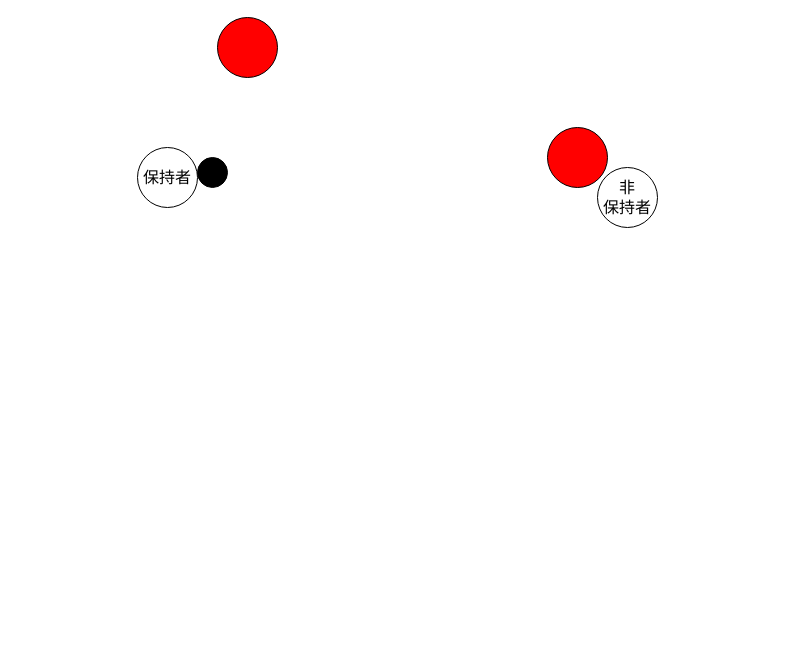
Earlier version of the draw.io diagram offense.drawio (SuperTikuwa/drawio). Source tidied: cells renumbered, new cells numbered last; positions are measured from the earlier drawing's top-left corner, leaving out a move shared by most shapes. Both pictures are drawn from the tidied source at 100%, with x=0, y=0 at pixel (137, 17).
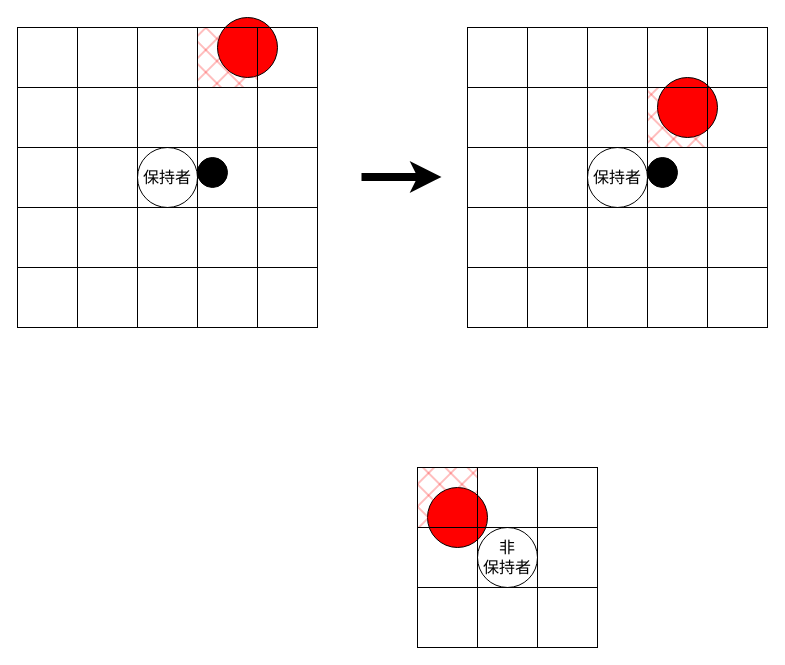
Above is the later version.

Commit message (it also covers changes not shown here):
offense.drawio を更新します

The edit, as a diff of the source:
```diff
@@
-    <mxCell id="3" value="&lt;font style=&quot;font-size: 16px;&quot;&gt;非&lt;br&gt;保持者&lt;/font&gt;" style="ellipse;whiteSpace=wrap;html=1;" parent="1" vertex="1">
-      <mxGeometry x="460" y="150" width="60" height="60" as="geometry" />
-    </mxCell>
-    <mxCell id="4" style="ellipse;whiteSpace=wrap;html=1;fillColor=#F00;" parent="1" vertex="1">
-      <mxGeometry x="410" y="110" width="60" height="60" as="geometry" />
-    </mxCell>
@@
+    <mxCell id="7" style="group;" parent="1" vertex="1">
+      <mxGeometry x="-120" y="10" width="300" height="300" as="geometry" />
+    </mxCell>
+    <mxCell id="8" style="rounded=0;whiteSpace=wrap;html=1;fillColor=none;" parent="7" vertex="1">
+      <mxGeometry x="120" y="60" width="60" height="60" as="geometry" />
+    </mxCell>
+    <mxCell id="9" style="rounded=0;whiteSpace=wrap;html=1;fillColor=none;fillStyle=cross-hatch;" parent="7" vertex="1">
+      <mxGeometry x="60" y="60" width="60" height="60" as="geometry" />
+    </mxCell>
+    <mxCell id="10" style="rounded=0;whiteSpace=wrap;html=1;fillColor=none;" parent="7" vertex="1">
+      <mxGeometry x="180" y="60" width="60" height="60" as="geometry" />
+    </mxCell>
+    <mxCell id="11" style="rounded=0;whiteSpace=wrap;html=1;fillColor=none;" parent="7" vertex="1">
+      <mxGeometry x="180" y="120" width="60" height="60" as="geometry" />
+    </mxCell>
+    <mxCell id="12" style="rounded=0;whiteSpace=wrap;html=1;fillColor=none;" parent="7" vertex="1">
+      <mxGeometry x="120" y="120" width="60" height="60" as="geometry" />
+    </mxCell>
+    <mxCell id="13" style="rounded=0;whiteSpace=wrap;html=1;fillColor=none;" parent="7" vertex="1">
+      <mxGeometry x="60" y="120" width="60" height="60" as="geometry" />
+    </mxCell>
+    <mxCell id="14" style="rounded=0;whiteSpace=wrap;html=1;fillColor=none;" parent="7" vertex="1">
+      <mxGeometry x="60" y="180" width="60" height="60" as="geometry" />
+    </mxCell>
+    <mxCell id="15" style="rounded=0;whiteSpace=wrap;html=1;fillColor=none;" parent="7" vertex="1">
+      <mxGeometry x="120" y="180" width="60" height="60" as="geometry" />
+    </mxCell>
+    <mxCell id="16" style="rounded=0;whiteSpace=wrap;html=1;fillColor=none;" parent="7" vertex="1">
+      <mxGeometry x="180" y="180" width="60" height="60" as="geometry" />
+    </mxCell>
+    <mxCell id="17" style="rounded=0;whiteSpace=wrap;html=1;fillColor=none;fillStyle=cross-hatch;" parent="7" vertex="1">
+      <mxGeometry x="240" y="180" width="60" height="60" as="geometry" />
+    </mxCell>
+    <mxCell id="18" style="rounded=0;whiteSpace=wrap;html=1;fillColor=none;fillStyle=cross-hatch;" parent="7" vertex="1">
+      <mxGeometry x="240" y="120" width="60" height="60" as="geometry" />
+    </mxCell>
+    <mxCell id="19" style="rounded=0;whiteSpace=wrap;html=1;fillColor=none;fillStyle=cross-hatch;" parent="7" vertex="1">
+      <mxGeometry x="240" y="60" width="60" height="60" as="geometry" />
+    </mxCell>
+    <mxCell id="20" style="rounded=0;whiteSpace=wrap;html=1;fillColor=none;fillStyle=cross-hatch;" parent="7" vertex="1">
+      <mxGeometry x="60" y="240" width="60" height="60" as="geometry" />
+    </mxCell>
+    <mxCell id="21" style="rounded=0;whiteSpace=wrap;html=1;fillColor=none;fillStyle=cross-hatch;" parent="7" vertex="1">
+      <mxGeometry x="120" y="240" width="60" height="60" as="geometry" />
+    </mxCell>
+    <mxCell id="22" style="rounded=0;whiteSpace=wrap;html=1;fillColor=none;fillStyle=cross-hatch;" parent="7" vertex="1">
+      <mxGeometry x="180" y="240" width="60" height="60" as="geometry" />
+    </mxCell>
+    <mxCell id="23" style="rounded=0;whiteSpace=wrap;html=1;fillColor=none;fillStyle=cross-hatch;" parent="7" vertex="1">
+      <mxGeometry y="60" width="60" height="60" as="geometry" />
+    </mxCell>
+    <mxCell id="24" style="rounded=0;whiteSpace=wrap;html=1;fillColor=none;fillStyle=cross-hatch;" parent="7" vertex="1">
+      <mxGeometry y="120" width="60" height="60" as="geometry" />
+    </mxCell>
+    <mxCell id="25" style="rounded=0;whiteSpace=wrap;html=1;fillColor=none;fillStyle=cross-hatch;" parent="7" vertex="1">
+      <mxGeometry y="180" width="60" height="60" as="geometry" />
+    </mxCell>
+    <mxCell id="26" style="rounded=0;whiteSpace=wrap;html=1;fillColor=#F00;fillStyle=cross-hatch;" parent="7" vertex="1">
+      <mxGeometry x="180" width="60" height="60" as="geometry" />
+    </mxCell>
+    <mxCell id="27" style="rounded=0;whiteSpace=wrap;html=1;fillColor=none;fillStyle=cross-hatch;" parent="7" vertex="1">
+      <mxGeometry x="120" width="60" height="60" as="geometry" />
+    </mxCell>
+    <mxCell id="28" style="rounded=0;whiteSpace=wrap;html=1;fillColor=none;fillStyle=cross-hatch;" parent="7" vertex="1">
+      <mxGeometry x="60" width="60" height="60" as="geometry" />
+    </mxCell>
+    <mxCell id="29" style="rounded=0;whiteSpace=wrap;html=1;fillColor=none;fillStyle=cross-hatch;" parent="7" vertex="1">
+      <mxGeometry x="240" width="60" height="60" as="geometry" />
+    </mxCell>
+    <mxCell id="30" style="rounded=0;whiteSpace=wrap;html=1;fillColor=none;fillStyle=cross-hatch;" parent="7" vertex="1">
+      <mxGeometry width="60" height="60" as="geometry" />
+    </mxCell>
+    <mxCell id="31" style="rounded=0;whiteSpace=wrap;html=1;fillColor=none;fillStyle=cross-hatch;" parent="7" vertex="1">
+      <mxGeometry y="240" width="60" height="60" as="geometry" />
+    </mxCell>
+    <mxCell id="32" style="rounded=0;whiteSpace=wrap;html=1;fillColor=none;fillStyle=cross-hatch;" parent="7" vertex="1">
+      <mxGeometry x="240" y="240" width="60" height="60" as="geometry" />
+    </mxCell>
+    <mxCell id="33" value="&lt;font style=&quot;font-size: 16px;&quot;&gt;保持者&lt;/font&gt;" style="ellipse;whiteSpace=wrap;html=1;" parent="1" vertex="1">
+      <mxGeometry x="450" y="130" width="60" height="60" as="geometry" />
+    </mxCell>
+    <mxCell id="34" style="ellipse;whiteSpace=wrap;html=1;fontSize=16;fillColor=#000;" parent="1" vertex="1">
+      <mxGeometry x="510" y="140" width="30" height="30" as="geometry" />
+    </mxCell>
+    <mxCell id="35" style="group;" parent="1" vertex="1">
+      <mxGeometry x="330" y="10" width="300" height="300" as="geometry" />
+    </mxCell>
+    <mxCell id="36" style="ellipse;whiteSpace=wrap;html=1;fillColor=#F00;" parent="35" vertex="1">
+      <mxGeometry x="190" y="50" width="60" height="60" as="geometry" />
+    </mxCell>
+    <mxCell id="37" style="rounded=0;whiteSpace=wrap;html=1;fillColor=none;" parent="35" vertex="1">
+      <mxGeometry x="120" y="60" width="60" height="60" as="geometry" />
+    </mxCell>
+    <mxCell id="38" style="rounded=0;whiteSpace=wrap;html=1;fillColor=none;fillStyle=cross-hatch;" parent="35" vertex="1">
+      <mxGeometry x="60" y="60" width="60" height="60" as="geometry" />
+    </mxCell>
+    <mxCell id="39" style="rounded=0;whiteSpace=wrap;html=1;fillColor=#FF0000;fillStyle=cross-hatch;" parent="35" vertex="1">
+      <mxGeometry x="180" y="60" width="60" height="60" as="geometry" />
+    </mxCell>
+    <mxCell id="40" style="rounded=0;whiteSpace=wrap;html=1;fillColor=none;" parent="35" vertex="1">
+      <mxGeometry x="180" y="120" width="60" height="60" as="geometry" />
+    </mxCell>
+    <mxCell id="41" style="rounded=0;whiteSpace=wrap;html=1;fillColor=none;" parent="35" vertex="1">
+      <mxGeometry x="120" y="120" width="60" height="60" as="geometry" />
+    </mxCell>
+    <mxCell id="42" style="rounded=0;whiteSpace=wrap;html=1;fillColor=none;" parent="35" vertex="1">
+      <mxGeometry x="60" y="120" width="60" height="60" as="geometry" />
+    </mxCell>
+    <mxCell id="43" style="rounded=0;whiteSpace=wrap;html=1;fillColor=none;" parent="35" vertex="1">
+      <mxGeometry x="60" y="180" width="60" height="60" as="geometry" />
+    </mxCell>
+    <mxCell id="44" style="rounded=0;whiteSpace=wrap;html=1;fillColor=none;" parent="35" vertex="1">
+      <mxGeometry x="120" y="180" width="60" height="60" as="geometry" />
+    </mxCell>
+    <mxCell id="45" style="rounded=0;whiteSpace=wrap;html=1;fillColor=none;" parent="35" vertex="1">
+      <mxGeometry x="180" y="180" width="60" height="60" as="geometry" />
+    </mxCell>
+    <mxCell id="46" style="rounded=0;whiteSpace=wrap;html=1;fillColor=none;fillStyle=cross-hatch;" parent="35" vertex="1">
+      <mxGeometry x="240" y="180" width="60" height="60" as="geometry" />
+    </mxCell>
+    <mxCell id="47" style="rounded=0;whiteSpace=wrap;html=1;fillColor=none;fillStyle=cross-hatch;" parent="35" vertex="1">
+      <mxGeometry x="240" y="120" width="60" height="60" as="geometry" />
+    </mxCell>
+    <mxCell id="48" style="rounded=0;whiteSpace=wrap;html=1;fillColor=none;fillStyle=cross-hatch;" parent="35" vertex="1">
+      <mxGeometry x="240" y="60" width="60" height="60" as="geometry" />
+    </mxCell>
+    <mxCell id="49" style="rounded=0;whiteSpace=wrap;html=1;fillColor=none;fillStyle=cross-hatch;" parent="35" vertex="1">
+      <mxGeometry x="60" y="240" width="60" height="60" as="geometry" />
+    </mxCell>
+    <mxCell id="50" style="rounded=0;whiteSpace=wrap;html=1;fillColor=none;fillStyle=cross-hatch;" parent="35" vertex="1">
+      <mxGeometry x="120" y="240" width="60" height="60" as="geometry" />
+    </mxCell>
+    <mxCell id="51" style="rounded=0;whiteSpace=wrap;html=1;fillColor=none;fillStyle=cross-hatch;" parent="35" vertex="1">
+      <mxGeometry x="180" y="240" width="60" height="60" as="geometry" />
+    </mxCell>
+    <mxCell id="52" style="rounded=0;whiteSpace=wrap;html=1;fillColor=none;fillStyle=cross-hatch;" parent="35" vertex="1">
+      <mxGeometry y="60" width="60" height="60" as="geometry" />
+    </mxCell>
+    <mxCell id="53" style="rounded=0;whiteSpace=wrap;html=1;fillColor=none;fillStyle=cross-hatch;" parent="35" vertex="1">
+      <mxGeometry y="120" width="60" height="60" as="geometry" />
+    </mxCell>
+    <mxCell id="54" style="rounded=0;whiteSpace=wrap;html=1;fillColor=none;fillStyle=cross-hatch;" parent="35" vertex="1">
+      <mxGeometry y="180" width="60" height="60" as="geometry" />
+    </mxCell>
+    <mxCell id="55" style="rounded=0;whiteSpace=wrap;html=1;fillColor=none;fillStyle=cross-hatch;" parent="35" vertex="1">
+      <mxGeometry x="180" width="60" height="60" as="geometry" />
+    </mxCell>
+    <mxCell id="56" style="rounded=0;whiteSpace=wrap;html=1;fillColor=none;fillStyle=cross-hatch;" parent="35" vertex="1">
+      <mxGeometry x="120" width="60" height="60" as="geometry" />
+    </mxCell>
+    <mxCell id="57" style="rounded=0;whiteSpace=wrap;html=1;fillColor=none;fillStyle=cross-hatch;" parent="35" vertex="1">
+      <mxGeometry x="60" width="60" height="60" as="geometry" />
+    </mxCell>
+    <mxCell id="58" style="rounded=0;whiteSpace=wrap;html=1;fillColor=none;fillStyle=cross-hatch;" parent="35" vertex="1">
+      <mxGeometry x="240" width="60" height="60" as="geometry" />
+    </mxCell>
+    <mxCell id="59" style="rounded=0;whiteSpace=wrap;html=1;fillColor=none;fillStyle=cross-hatch;" parent="35" vertex="1">
+      <mxGeometry width="60" height="60" as="geometry" />
+    </mxCell>
+    <mxCell id="60" style="rounded=0;whiteSpace=wrap;html=1;fillColor=none;fillStyle=cross-hatch;" parent="35" vertex="1">
+      <mxGeometry y="240" width="60" height="60" as="geometry" />
+    </mxCell>
+    <mxCell id="61" style="rounded=0;whiteSpace=wrap;html=1;fillColor=none;fillStyle=cross-hatch;" parent="35" vertex="1">
+      <mxGeometry x="240" y="240" width="60" height="60" as="geometry" />
+    </mxCell>
+    <mxCell id="62" style="endArrow=classic;html=1;rounded=0;fontSize=16;strokeWidth=8;" parent="1" edge="1">
+      <mxGeometry relative="1" as="geometry">
+        <mxPoint x="224" y="159.5" as="sourcePoint" />
+        <mxPoint x="304" y="159.5" as="targetPoint" />
+      </mxGeometry>
+    </mxCell>
+    <mxCell id="3" value="&lt;font style=&quot;font-size: 16px;&quot;&gt;非&lt;br&gt;保持者&lt;/font&gt;" style="ellipse;whiteSpace=wrap;html=1;" parent="1" vertex="1">
+      <mxGeometry x="340" y="510" width="60" height="60" as="geometry" />
+    </mxCell>
+    <mxCell id="63" style="ellipse;whiteSpace=wrap;html=1;fillColor=#F00;" parent="1" vertex="1">
+      <mxGeometry x="290" y="470" width="60" height="60" as="geometry" />
+    </mxCell>
+    <mxCell id="64" style="group;" parent="1" vertex="1">
+      <mxGeometry x="280" y="450" width="180" height="180" as="geometry" />
+    </mxCell>
+    <mxCell id="65" style="rounded=0;whiteSpace=wrap;html=1;fillColor=none;" parent="64" vertex="1">
+      <mxGeometry x="60" width="60" height="60" as="geometry" />
+    </mxCell>
+    <mxCell id="66" style="rounded=0;whiteSpace=wrap;html=1;fillColor=#F00;fillStyle=cross-hatch;" parent="64" vertex="1">
+      <mxGeometry width="60" height="60" as="geometry" />
+    </mxCell>
+    <mxCell id="67" style="rounded=0;whiteSpace=wrap;html=1;fillColor=none;" parent="64" vertex="1">
+      <mxGeometry x="120" width="60" height="60" as="geometry" />
+    </mxCell>
+    <mxCell id="68" style="rounded=0;whiteSpace=wrap;html=1;fillColor=none;" parent="64" vertex="1">
+      <mxGeometry x="120" y="60" width="60" height="60" as="geometry" />
+    </mxCell>
+    <mxCell id="69" style="rounded=0;whiteSpace=wrap;html=1;fillColor=none;" parent="64" vertex="1">
+      <mxGeometry x="60" y="60" width="60" height="60" as="geometry" />
+    </mxCell>
+    <mxCell id="70" style="rounded=0;whiteSpace=wrap;html=1;fillColor=none;" parent="64" vertex="1">
+      <mxGeometry y="60" width="60" height="60" as="geometry" />
+    </mxCell>
+    <mxCell id="71" style="rounded=0;whiteSpace=wrap;html=1;fillColor=none;" parent="64" vertex="1">
+      <mxGeometry y="120" width="60" height="60" as="geometry" />
+    </mxCell>
+    <mxCell id="72" style="rounded=0;whiteSpace=wrap;html=1;fillColor=none;" parent="64" vertex="1">
+      <mxGeometry x="60" y="120" width="60" height="60" as="geometry" />
+    </mxCell>
+    <mxCell id="73" style="rounded=0;whiteSpace=wrap;html=1;fillColor=none;" parent="64" vertex="1">
+      <mxGeometry x="120" y="120" width="60" height="60" as="geometry" />
+    </mxCell>
```
